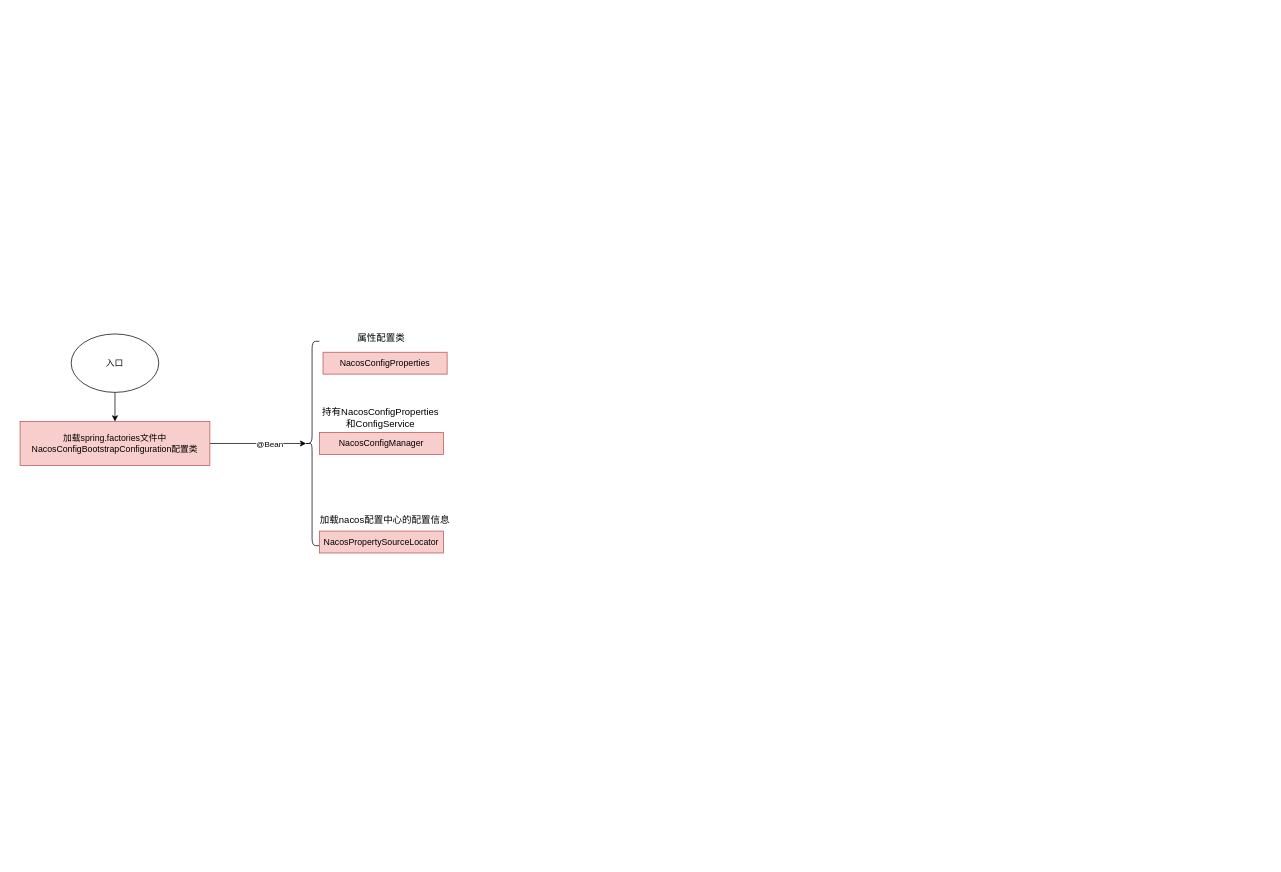
The draw.io diagram Nacos配置中心源码解析.drawio in linbingxing/mind, before the edit. Source tidied: cells renumbered, new cells numbered last; positions are measured from the earlier drawing's top-left corner, leaving out a move shared by most shapes. Both pictures are drawn from the tidied source at 73%, with x=0, y=0 at pixel (20, 326).
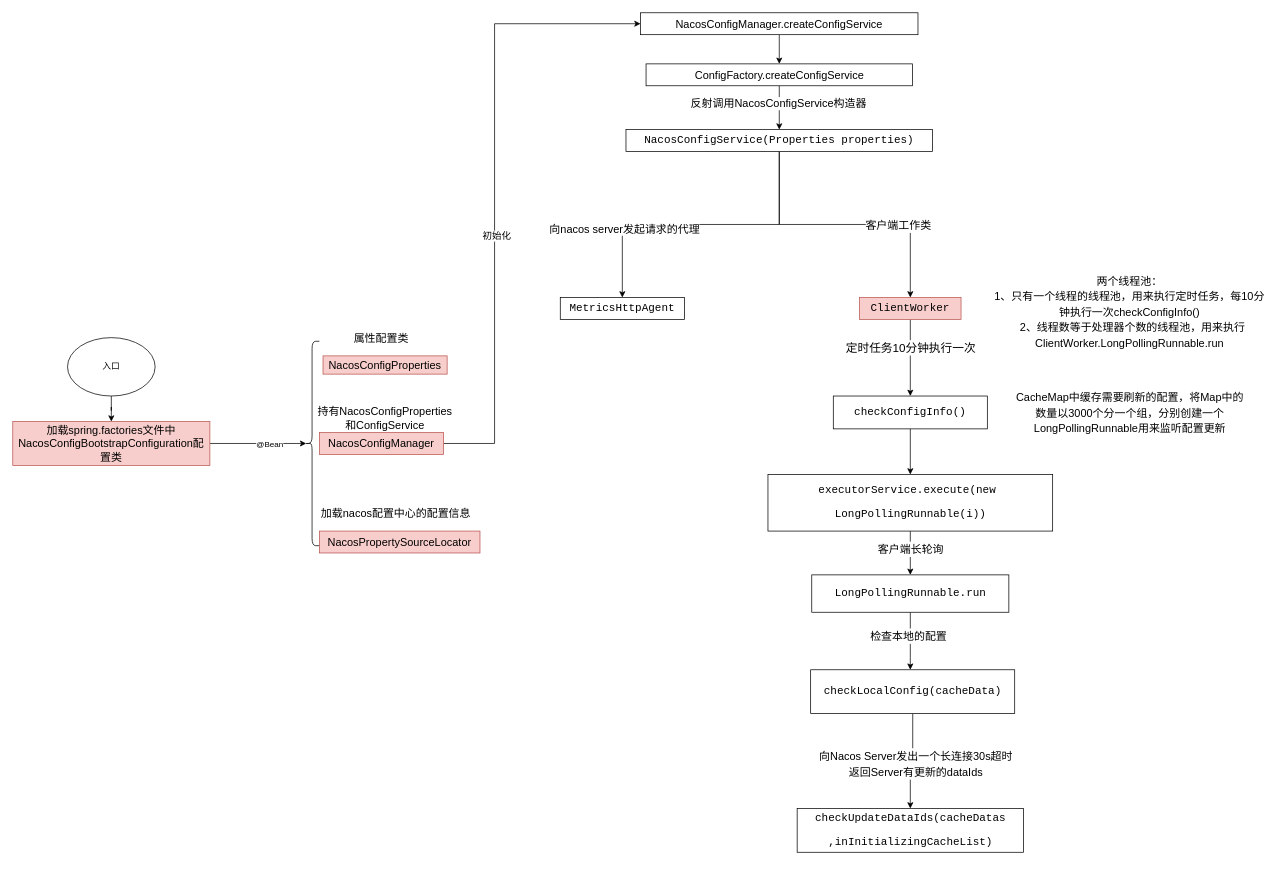
The same diagram, later.

Commit message:
更新Nacos配置中心源码解析.drawio

What changed in the source:
```diff
@@
     <mxCell id="3" value="入口" style="ellipse;whiteSpace=wrap;html=1;" parent="1" vertex="1">
-      <mxGeometry x="70" y="10" width="120" height="80" as="geometry" />
+      <mxGeometry x="65" y="15" width="120" height="80" as="geometry" />
     </mxCell>
@@
-    <mxCell id="6" value="加载spring.factories文件中NacosConfigBootstrapConfiguration配置类" style="whiteSpace=wrap;html=1;fillColor=#f8cecc;strokeColor=#b85450;" parent="1" vertex="1">
-      <mxGeometry y="130" width="260" height="60" as="geometry" />
+    <mxCell id="6" value="&lt;font style=&quot;font-size: 15px&quot;&gt;加载spring.factories文件中NacosConfigBootstrapConfiguration配置类&lt;/font&gt;" style="whiteSpace=wrap;html=1;fillColor=#f8cecc;strokeColor=#b85450;" parent="1" vertex="1">
+      <mxGeometry x="-10" y="130" width="270" height="60" as="geometry" />
     </mxCell>
@@
-    <mxCell id="8" value="NacosConfigProperties" style="rounded=0;whiteSpace=wrap;html=1;fillColor=#f8cecc;strokeColor=#b85450;" parent="1" vertex="1">
-      <mxGeometry x="415" y="35" width="170" height="30" as="geometry" />
+    <mxCell id="8" value="&lt;font style=&quot;font-size: 15px&quot;&gt;NacosConfigProperties&lt;/font&gt;" style="rounded=0;whiteSpace=wrap;html=1;fillColor=#f8cecc;strokeColor=#b85450;" parent="1" vertex="1">
+      <mxGeometry x="415" y="40" width="170" height="25" as="geometry" />
     </mxCell>
+    <mxCell id="14" style="edgeStyle=orthogonalEdgeStyle;rounded=0;jettySize=auto;html=1;entryX=0;entryY=0.5;entryDx=0;entryDy=0;fontSize=13;" parent="1" edge="1" source="9" target="17">
+      <mxGeometry relative="1" as="geometry">
+        <Array as="points">
+          <mxPoint x="650" y="160" />
+          <mxPoint x="650" y="-415" />
+        </Array>
+      </mxGeometry>
+    </mxCell>
+    <mxCell id="15" value="初始化" style="edgeLabel;html=1;align=center;verticalAlign=middle;fontSize=13;" parent="14" vertex="1">
+      <mxGeometry x="-0.16" y="-2" relative="1" as="geometry" />
+    </mxCell>
-    <mxCell id="9" value="NacosConfigManager" style="rounded=0;whiteSpace=wrap;html=1;fillColor=#f8cecc;strokeColor=#b85450;" parent="1" vertex="1">
+    <mxCell id="9" value="&lt;font style=&quot;font-size: 15px&quot;&gt;NacosConfigManager&lt;/font&gt;" style="rounded=0;whiteSpace=wrap;html=1;fillColor=#f8cecc;strokeColor=#b85450;" parent="1" vertex="1">
       <mxGeometry x="410" y="145" width="170" height="30" as="geometry" />
     </mxCell>
-    <mxCell id="10" value="NacosPropertySourceLocator" style="rounded=0;whiteSpace=wrap;html=1;fillColor=#f8cecc;strokeColor=#b85450;" parent="1" vertex="1">
-      <mxGeometry x="410" y="280" width="170" height="30" as="geometry" />
+    <mxCell id="10" value="&lt;font style=&quot;font-size: 15px&quot;&gt;NacosPropertySourceLocator&lt;/font&gt;" style="rounded=0;whiteSpace=wrap;html=1;fillColor=#f8cecc;strokeColor=#b85450;" parent="1" vertex="1">
+      <mxGeometry x="410" y="280" width="220" height="30" as="geometry" />
     </mxCell>
-    <mxCell id="11" value="&lt;font style=&quot;font-size: 13px&quot;&gt;加载nacos配置中心的配置信息&lt;/font&gt;" style="text;html=1;strokeColor=none;fillColor=none;align=center;verticalAlign=middle;whiteSpace=wrap;rounded=0;" parent="1" vertex="1">
-      <mxGeometry x="410" y="250" width="180" height="30" as="geometry" />
+    <mxCell id="11" value="&lt;font style=&quot;font-size: 15px&quot;&gt;加载nacos配置中心的配置信息&lt;/font&gt;" style="text;html=1;strokeColor=none;fillColor=none;align=center;verticalAlign=middle;whiteSpace=wrap;rounded=0;" parent="1" vertex="1">
+      <mxGeometry x="410" y="240" width="210" height="30" as="geometry" />
     </mxCell>
-    <mxCell id="12" value="&lt;font style=&quot;font-size: 13px&quot;&gt;持有NacosConfigProperties&lt;br&gt;和ConfigService&lt;/font&gt;" style="text;html=1;strokeColor=none;fillColor=none;align=center;verticalAlign=middle;whiteSpace=wrap;rounded=0;" parent="1" vertex="1">
-      <mxGeometry x="364" y="110" width="260" height="30" as="geometry" />
+    <mxCell id="12" value="&lt;font style=&quot;font-size: 15px&quot;&gt;持有NacosConfigProperties&lt;br&gt;和ConfigService&lt;/font&gt;" style="text;html=1;strokeColor=none;fillColor=none;align=center;verticalAlign=middle;whiteSpace=wrap;rounded=0;" parent="1" vertex="1">
+      <mxGeometry x="370" y="110" width="260" height="30" as="geometry" />
     </mxCell>
-    <mxCell id="13" value="&lt;font style=&quot;font-size: 13px&quot;&gt;属性配置类&lt;/font&gt;" style="text;html=1;strokeColor=none;fillColor=none;align=center;verticalAlign=middle;whiteSpace=wrap;rounded=0;" parent="1" vertex="1">
+    <mxCell id="13" value="&lt;font style=&quot;font-size: 15px&quot;&gt;属性配置类&lt;/font&gt;" style="text;html=1;strokeColor=none;fillColor=none;align=center;verticalAlign=middle;whiteSpace=wrap;rounded=0;" parent="1" vertex="1">
       <mxGeometry x="415" width="160" height="30" as="geometry" />
     </mxCell>
+    <mxCell id="16" style="edgeStyle=orthogonalEdgeStyle;rounded=0;jettySize=auto;html=1;fontSize=13;" parent="1" edge="1" source="17" target="20">
+      <mxGeometry relative="1" as="geometry" />
+    </mxCell>
+    <mxCell id="17" value="&lt;font style=&quot;font-size: 15px&quot;&gt;NacosConfigManager.createConfigService&lt;/font&gt;" style="whiteSpace=wrap;html=1;rounded=0;" parent="1" vertex="1">
+      <mxGeometry x="850" y="-430" width="380" height="30" as="geometry" />
+    </mxCell>
+    <mxCell id="18" style="edgeStyle=orthogonalEdgeStyle;rounded=0;jettySize=auto;html=1;fontSize=13;" parent="1" edge="1" source="20" target="25">
+      <mxGeometry relative="1" as="geometry" />
+    </mxCell>
+    <mxCell id="19" value="&lt;font style=&quot;font-size: 15px&quot;&gt;反射调用NacosConfigService构造器&lt;/font&gt;" style="edgeLabel;html=1;align=center;verticalAlign=middle;fontSize=12;" parent="18" vertex="1">
+      <mxGeometry x="-0.23" y="-2" relative="1" as="geometry" />
+    </mxCell>
+    <mxCell id="20" value="&lt;font style=&quot;font-size: 15px&quot;&gt;ConfigFactory.createConfigService&lt;/font&gt;" style="whiteSpace=wrap;html=1;rounded=0;" parent="1" vertex="1">
+      <mxGeometry x="857.5" y="-360" width="365" height="30" as="geometry" />
+    </mxCell>
+    <mxCell id="21" style="edgeStyle=orthogonalEdgeStyle;rounded=0;jettySize=auto;html=1;fontSize=12;fontColor=#000000;" parent="1" edge="1" source="25" target="28">
+      <mxGeometry relative="1" as="geometry" />
+    </mxCell>
+    <mxCell id="22" value="&lt;font style=&quot;font-size: 15px&quot;&gt;客户端工作类&lt;/font&gt;" style="edgeLabel;html=1;align=center;verticalAlign=middle;fontSize=18;fontColor=#000000;" parent="21" vertex="1">
+      <mxGeometry x="0.38" relative="1" as="geometry" />
+    </mxCell>
+    <mxCell id="23" style="edgeStyle=orthogonalEdgeStyle;rounded=0;jettySize=auto;html=1;fontSize=18;fontColor=#000000;" parent="1" edge="1" source="25" target="29">
+      <mxGeometry relative="1" as="geometry" />
+    </mxCell>
+    <mxCell id="24" value="&lt;font style=&quot;font-size: 15px&quot;&gt;向nacos server发起请求的代理&lt;/font&gt;" style="edgeLabel;html=1;align=center;verticalAlign=middle;fontSize=12;fontColor=#000000;" parent="23" vertex="1">
+      <mxGeometry x="0.23" y="1" relative="1" as="geometry">
+        <mxPoint x="-58" y="4" as="offset" />
+      </mxGeometry>
+    </mxCell>
+    <mxCell id="25" value="&lt;pre style=&quot;font-family: &amp;#34;consolas&amp;#34;&quot;&gt;&lt;span style=&quot;background-color: rgb(255 , 255 , 255)&quot;&gt;&lt;font style=&quot;font-size: 15px&quot;&gt;NacosConfigService(Properties properties)&lt;/font&gt;&lt;/span&gt;&lt;/pre&gt;" style="whiteSpace=wrap;html=1;rounded=0;" parent="1" vertex="1">
+      <mxGeometry x="830" y="-270" width="420" height="30" as="geometry" />
+    </mxCell>
+    <mxCell id="26" style="edgeStyle=orthogonalEdgeStyle;rounded=0;jettySize=auto;html=1;fontSize=12;fontColor=#000000;" parent="1" edge="1" source="28" target="31">
+      <mxGeometry relative="1" as="geometry" />
+    </mxCell>
+    <mxCell id="27" value="&lt;font style=&quot;font-size: 16px&quot;&gt;定时任务10分钟执行一次&lt;/font&gt;" style="edgeLabel;html=1;align=center;verticalAlign=middle;fontSize=18;fontColor=#000000;" parent="26" vertex="1">
+      <mxGeometry x="-0.28" relative="1" as="geometry" />
+    </mxCell>
+    <mxCell id="28" value="&lt;pre style=&quot;font-family: &amp;#34;consolas&amp;#34;&quot;&gt;&lt;font style=&quot;font-size: 15px&quot;&gt;ClientWorker&lt;/font&gt;&lt;/pre&gt;" style="whiteSpace=wrap;html=1;rounded=0;fillColor=#f8cecc;strokeColor=#b85450;" parent="1" vertex="1">
+      <mxGeometry x="1150" y="-40" width="139" height="30" as="geometry" />
+    </mxCell>
+    <mxCell id="29" value="&lt;pre style=&quot;font-family: &amp;#34;consolas&amp;#34;&quot;&gt;&lt;font style=&quot;background-color: rgb(255 , 255 , 255) ; font-size: 15px&quot;&gt;MetricsHttpAgent&lt;/font&gt;&lt;/pre&gt;" style="whiteSpace=wrap;html=1;rounded=0;" parent="1" vertex="1">
+      <mxGeometry x="740" y="-40" width="170" height="30" as="geometry" />
+    </mxCell>
+    <mxCell id="30" style="edgeStyle=orthogonalEdgeStyle;rounded=0;jettySize=auto;html=1;fontSize=18;fontColor=#000000;" parent="1" edge="1" source="31" target="34">
+      <mxGeometry relative="1" as="geometry" />
+    </mxCell>
+    <mxCell id="31" value="&lt;pre style=&quot;font-family: &amp;#34;consolas&amp;#34;&quot;&gt;&lt;span style=&quot;background-color: rgb(255 , 255 , 255)&quot;&gt;&lt;font style=&quot;font-size: 15px&quot;&gt;checkConfigInfo()&lt;/font&gt;&lt;/span&gt;&lt;/pre&gt;" style="whiteSpace=wrap;html=1;rounded=0;" parent="1" vertex="1">
+      <mxGeometry x="1114" y="95" width="211" height="45" as="geometry" />
+    </mxCell>
+    <mxCell id="32" style="edgeStyle=orthogonalEdgeStyle;rounded=0;jettySize=auto;html=1;fontSize=18;fontColor=#000000;" parent="1" edge="1" source="34" target="39">
+      <mxGeometry relative="1" as="geometry">
+        <Array as="points">
+          <mxPoint x="1220" y="340" />
+          <mxPoint x="1220" y="340" />
+        </Array>
+      </mxGeometry>
+    </mxCell>
+    <mxCell id="33" value="&lt;font style=&quot;font-size: 15px&quot;&gt;客户端长轮询&lt;/font&gt;" style="edgeLabel;html=1;align=center;verticalAlign=middle;fontSize=18;fontColor=#000000;" parent="32" vertex="1">
+      <mxGeometry x="-0.21" relative="1" as="geometry" />
+    </mxCell>
+    <mxCell id="34" value="&lt;pre style=&quot;font-family: &amp;#34;consolas&amp;#34; ; font-size: 15px&quot;&gt;&lt;span style=&quot;background-color: rgb(255 , 255 , 255)&quot;&gt;&lt;font style=&quot;font-size: 15px&quot;&gt;executorService.execute(new &lt;/font&gt;&lt;/span&gt;&lt;/pre&gt;&lt;pre style=&quot;font-family: &amp;#34;consolas&amp;#34; ; font-size: 15px&quot;&gt;&lt;font style=&quot;font-size: 15px&quot;&gt;LongPollingRunnable(i))&lt;/font&gt;&lt;/pre&gt;" style="whiteSpace=wrap;html=1;rounded=0;" parent="1" vertex="1">
+      <mxGeometry x="1024.5" y="202.5" width="390" height="77.5" as="geometry" />
+    </mxCell>
+    <mxCell id="35" value="&lt;font style=&quot;font-size: 15px&quot;&gt;两个线程池：&lt;br&gt;1、只有一个线程的线程池，用来执行定时任务，每10分钟执行一次checkConfigInfo()&lt;br&gt;&amp;nbsp; 2、线程数等于处理器个数的线程池，用来执行ClientWorker.LongPollingRunnable.run&lt;/font&gt;" style="text;html=1;strokeColor=none;fillColor=none;align=center;verticalAlign=middle;whiteSpace=wrap;rounded=0;labelBackgroundColor=none;fontSize=18;fontColor=#000000;" parent="1" vertex="1">
+      <mxGeometry x="1330" y="-100" width="380" height="160" as="geometry" />
+    </mxCell>
+    <mxCell id="36" value="&lt;font style=&quot;font-size: 15px&quot;&gt;CacheMap中缓存需要刷新的配置，将Map中的数量以3000个分一个组，分别创建一个LongPollingRunnable用来监听配置更新&lt;/font&gt;" style="text;html=1;strokeColor=none;fillColor=none;align=center;verticalAlign=middle;whiteSpace=wrap;rounded=0;labelBackgroundColor=none;fontSize=18;fontColor=#000000;" parent="1" vertex="1">
+      <mxGeometry x="1362.5" y="72.5" width="315" height="90" as="geometry" />
+    </mxCell>
+    <mxCell id="37" style="edgeStyle=orthogonalEdgeStyle;rounded=0;jettySize=auto;html=1;fontSize=18;fontColor=#000000;" parent="1" edge="1" source="39" target="42">
+      <mxGeometry relative="1" as="geometry">
+        <Array as="points">
+          <mxPoint x="1220" y="453" />
+          <mxPoint x="1220" y="453" />
+        </Array>
+      </mxGeometry>
+    </mxCell>
+    <mxCell id="38" value="&lt;font style=&quot;font-size: 15px&quot;&gt;检查本地的配置&lt;/font&gt;" style="edgeLabel;html=1;align=center;verticalAlign=middle;fontSize=18;fontColor=#000000;" parent="37" vertex="1">
+      <mxGeometry x="-0.18" y="-3" relative="1" as="geometry" />
+    </mxCell>
+    <mxCell id="39" value="&lt;pre style=&quot;font-family: &amp;#34;consolas&amp;#34;&quot;&gt;&lt;font style=&quot;font-size: 15px&quot;&gt;LongPollingRunnable.run&lt;/font&gt;&lt;/pre&gt;" style="whiteSpace=wrap;html=1;rounded=0;" parent="1" vertex="1">
+      <mxGeometry x="1084.5" y="340" width="270" height="51.2" as="geometry" />
+    </mxCell>
+    <mxCell id="40" style="edgeStyle=orthogonalEdgeStyle;rounded=0;jettySize=auto;html=1;fontSize=18;fontColor=#000000;" parent="1" edge="1" source="42" target="43">
+      <mxGeometry relative="1" as="geometry" />
+    </mxCell>
+    <mxCell id="41" value="&lt;font style=&quot;font-size: 15px&quot;&gt;向Nacos Server发出一个长连接30s超时&lt;br&gt;返回Server有更新的dataIds&lt;/font&gt;" style="edgeLabel;html=1;align=center;verticalAlign=middle;fontSize=18;fontColor=#000000;" parent="40" vertex="1">
+      <mxGeometry x="0.17" y="1" relative="1" as="geometry">
+        <mxPoint x="6" y="-6" as="offset" />
+      </mxGeometry>
+    </mxCell>
+    <mxCell id="42" value="&lt;pre style=&quot;font-family: &amp;#34;consolas&amp;#34;&quot;&gt;&lt;span style=&quot;background-color: rgb(255 , 255 , 255)&quot;&gt;&lt;font style=&quot;font-size: 15px&quot;&gt;checkLocalConfig(cacheData)&lt;/font&gt;&lt;/span&gt;&lt;/pre&gt;" style="whiteSpace=wrap;html=1;rounded=0;" parent="1" vertex="1">
+      <mxGeometry x="1083" y="470" width="279.5" height="60" as="geometry" />
+    </mxCell>
+    <mxCell id="43" value="&lt;p style=&quot;line-height: 0&quot;&gt;&lt;/p&gt;&lt;pre style=&quot;font-family: &amp;#34;consolas&amp;#34; ; font-size: 15px&quot;&gt;&lt;span style=&quot;background-color: rgb(255 , 255 , 255)&quot;&gt;&lt;font style=&quot;font-size: 15px&quot;&gt;checkUpdateDataIds(cacheDatas&lt;/font&gt;&lt;/span&gt;&lt;/pre&gt;&lt;pre style=&quot;font-family: &amp;#34;consolas&amp;#34; ; font-size: 15px&quot;&gt;&lt;span style=&quot;background-color: rgb(255 , 255 , 255)&quot;&gt;&lt;font style=&quot;font-size: 15px&quot;&gt;,inInitializingCacheList)&lt;/font&gt;&lt;/span&gt;&lt;/pre&gt;&lt;p&gt;&lt;/p&gt;" style="whiteSpace=wrap;html=1;rounded=0;align=center;spacing=0;" parent="1" vertex="1">
+      <mxGeometry x="1064.5" y="660" width="310" height="60" as="geometry" />
+    </mxCell>
```
